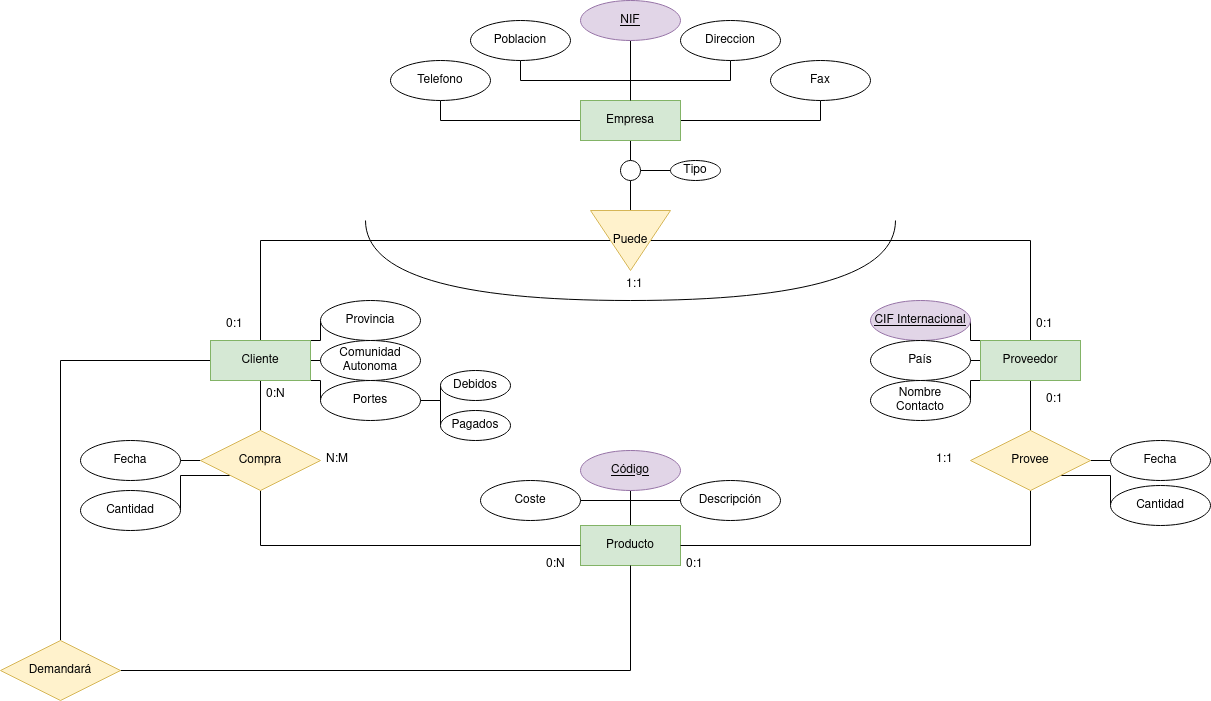
Above: Unidad-1/Tareas/Tarea-evaluable4/tarea4.drawio.png in jdrguez/2-Daw (draw.io), before the change. Source tidied: cells renumbered, new cells last; positions are measured from the earlier drawing's top-left corner, leaving out a move shared by most shapes.
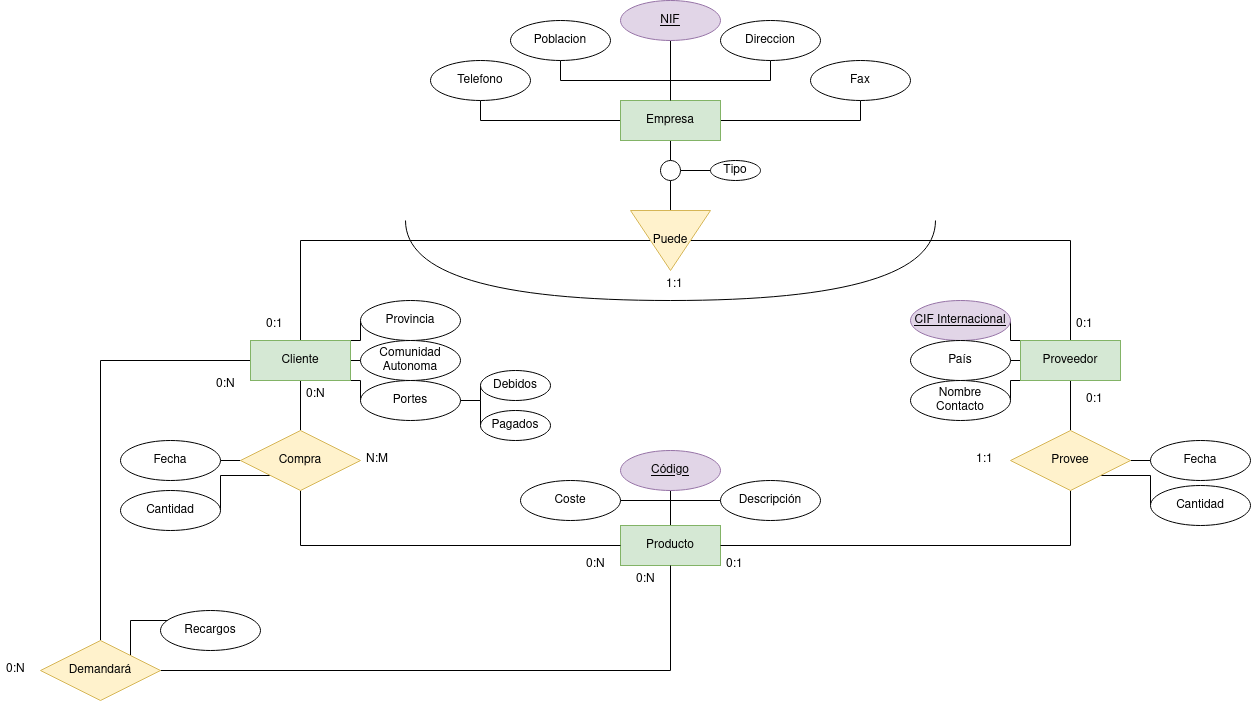
After the commit.

Change to the diagram source:
```diff
@@ -110,6 +110,9 @@
     <mxCell id="37" style="edgeStyle=orthogonalEdgeStyle;rounded=0;jettySize=auto;html=1;exitX=1;exitY=0.5;exitDx=0;exitDy=0;entryX=0.5;entryY=1;entryDx=0;entryDy=0;endArrow=none;endFill=0;" parent="1" edge="1" source="38" target="28">
       <mxGeometry relative="1" as="geometry" />
     </mxCell>
+    <mxCell id="73" style="edgeStyle=orthogonalEdgeStyle;rounded=0;jettySize=auto;html=1;exitX=1;exitY=0;exitDx=0;exitDy=0;entryX=0;entryY=1;entryDx=0;entryDy=0;endArrow=none;endFill=0;" parent="1" edge="1" source="38" target="74">
+      <mxGeometry relative="1" as="geometry" />
+    </mxCell>
     <mxCell id="38" value="Demandará" style="shape=rhombus;perimeter=rhombusPerimeter;whiteSpace=wrap;html=1;align=center;fillColor=#fff2cc;strokeColor=#d6b656;" parent="1" vertex="1">
       <mxGeometry y="640" width="120" height="60" as="geometry" />
     </mxCell>
@@ -215,5 +218,17 @@
     <mxCell id="72" value="1:1" style="text;strokeColor=none;fillColor=none;spacingLeft=4;spacingRight=4;overflow=hidden;fontSize=12;whiteSpace=wrap;html=1;" parent="1" vertex="1">
       <mxGeometry x="620" y="270" width="40" height="30" as="geometry" />
     </mxCell>
+    <mxCell id="74" value="Recargos" style="ellipse;whiteSpace=wrap;html=1;align=center;" parent="1" vertex="1">
+      <mxGeometry x="120" y="610" width="100" height="40" as="geometry" />
+    </mxCell>
+    <mxCell id="75" value="0:N" style="text;strokeColor=none;fillColor=none;spacingLeft=4;spacingRight=4;overflow=hidden;fontSize=12;whiteSpace=wrap;html=1;" parent="1" vertex="1">
+      <mxGeometry x="590" y="565" width="40" height="30" as="geometry" />
+    </mxCell>
+    <mxCell id="76" value="0:N" style="text;strokeColor=none;fillColor=none;spacingLeft=4;spacingRight=4;overflow=hidden;fontSize=12;whiteSpace=wrap;html=1;" parent="1" vertex="1">
+      <mxGeometry x="170" y="370" width="40" height="30" as="geometry" />
+    </mxCell>
+    <mxCell id="77" value="0:N" style="text;strokeColor=none;fillColor=none;spacingLeft=4;spacingRight=4;overflow=hidden;fontSize=12;whiteSpace=wrap;html=1;" parent="1" vertex="1">
+      <mxGeometry x="-40" y="655" width="40" height="30" as="geometry" />
+    </mxCell>
   </root>
 </mxGraphModel>
```
